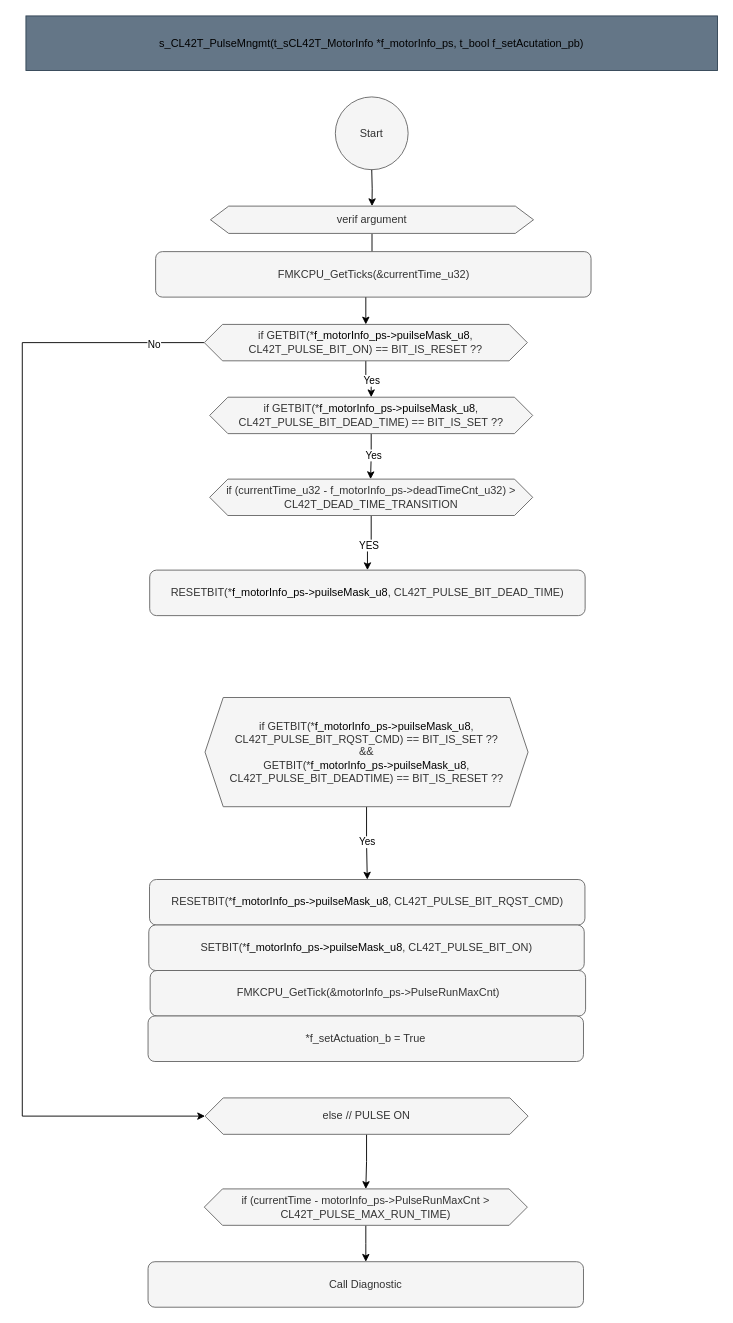
mbarbeau0545/PickersRobotPOC keeps this draw.io diagram as page "PulseOpeMngmt" (18 of 21) of src/2_DRV/Motor/CL42T/Doc/Design/CL42T_Architecture.drawio. Above is the earlier version. Source tidied: cells renumbered, new cells numbered last; positions are measured from the earlier drawing's top-left corner, leaving out a move shared by most shapes. Both pictures are drawn from the tidied source at 91%, with x=0, y=0 at pixel (22, 15).
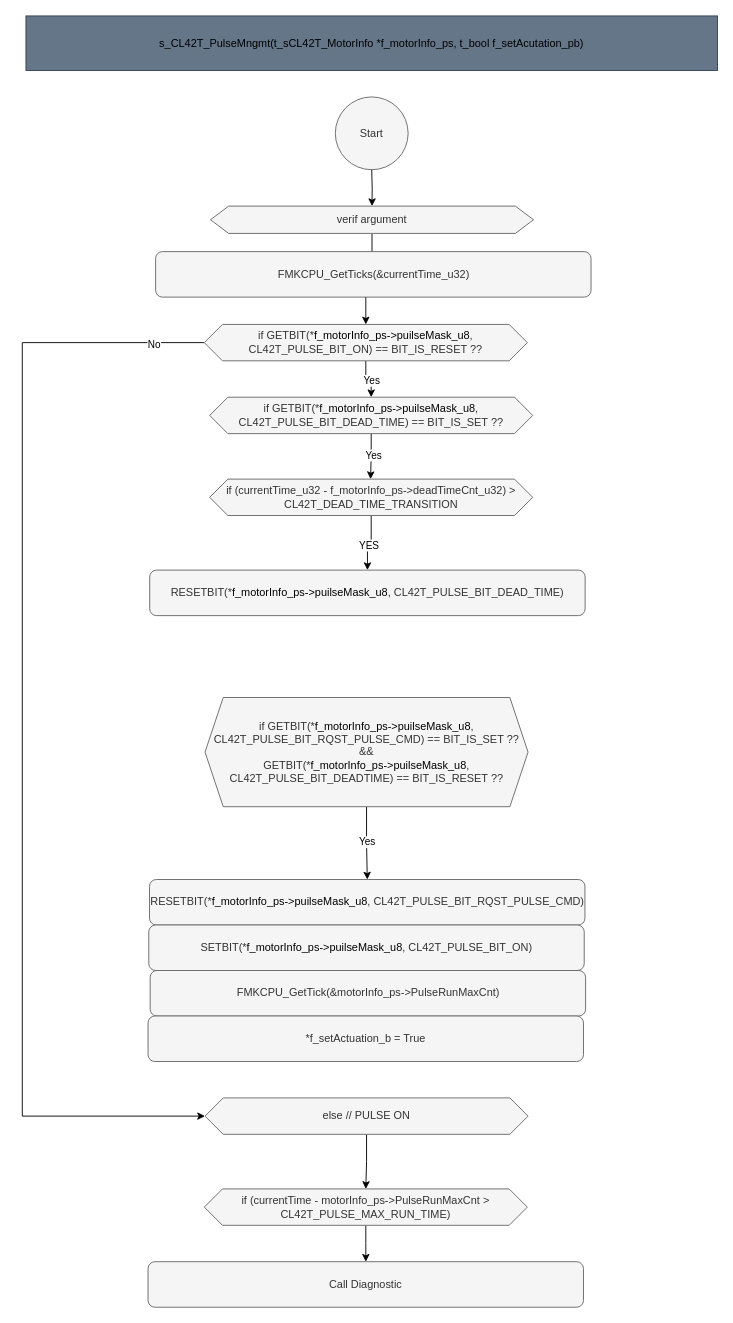
The same page after the edit.

Diff of the diagram source:
```diff
@@
-    <mxCell id="21" value="if GETBIT(*&lt;span style=&quot;color: rgb(0, 0, 0);&quot;&gt;f_motorInfo_ps-&amp;gt;puilseMask_u8&lt;/span&gt;, CL42T_PULSE_BIT_RQST_CMD) == BIT_IS_SET ??&lt;div&gt;&amp;amp;&amp;amp;&lt;/div&gt;&lt;div&gt;GETBIT(*&lt;span style=&quot;color: rgb(0, 0, 0);&quot;&gt;f_motorInfo_ps-&amp;gt;puilseMask_u8&lt;/span&gt;, CL42T_PULSE_BIT_DEADTIME) == BIT_IS_RESET ??&lt;/div&gt;" style="shape=hexagon;perimeter=hexagonPerimeter2;whiteSpace=wrap;html=1;fixedSize=1;fillColor=#f5f5f5;fontColor=#333333;strokeColor=#666666;" parent="1" vertex="1">
+    <mxCell id="21" value="if GETBIT(*&lt;span style=&quot;color: rgb(0, 0, 0);&quot;&gt;f_motorInfo_ps-&amp;gt;puilseMask_u8&lt;/span&gt;, CL42T_PULSE_BIT_RQST_PULSE_CMD) == BIT_IS_SET ??&lt;div&gt;&amp;amp;&amp;amp;&lt;/div&gt;&lt;div&gt;GETBIT(*&lt;span style=&quot;color: rgb(0, 0, 0);&quot;&gt;f_motorInfo_ps-&amp;gt;puilseMask_u8&lt;/span&gt;, CL42T_PULSE_BIT_DEADTIME) == BIT_IS_RESET ??&lt;/div&gt;" style="shape=hexagon;perimeter=hexagonPerimeter2;whiteSpace=wrap;html=1;fixedSize=1;fillColor=#f5f5f5;fontColor=#333333;strokeColor=#666666;" parent="1" vertex="1">
       <mxGeometry x="200.8" y="749" width="355" height="120" as="geometry" />
     </mxCell>
-    <mxCell id="22" value="RESETBIT(*&lt;span style=&quot;color: rgb(0, 0, 0);&quot;&gt;f_motorInfo_ps-&amp;gt;puilseMask_u8&lt;/span&gt;, CL42T_PULSE_BIT_RQST_CMD)" style="rounded=1;whiteSpace=wrap;html=1;fillColor=#f5f5f5;fontColor=#333333;strokeColor=#666666;" parent="1" vertex="1">
+    <mxCell id="22" value="RESETBIT(*&lt;span style=&quot;color: rgb(0, 0, 0);&quot;&gt;f_motorInfo_ps-&amp;gt;puilseMask_u8&lt;/span&gt;, CL42T_PULSE_BIT_RQST_PULSE_CMD)" style="rounded=1;whiteSpace=wrap;html=1;fillColor=#f5f5f5;fontColor=#333333;strokeColor=#666666;" parent="1" vertex="1">
       <mxGeometry x="139.8" y="949" width="478.5" height="50" as="geometry" />
     </mxCell>
```
